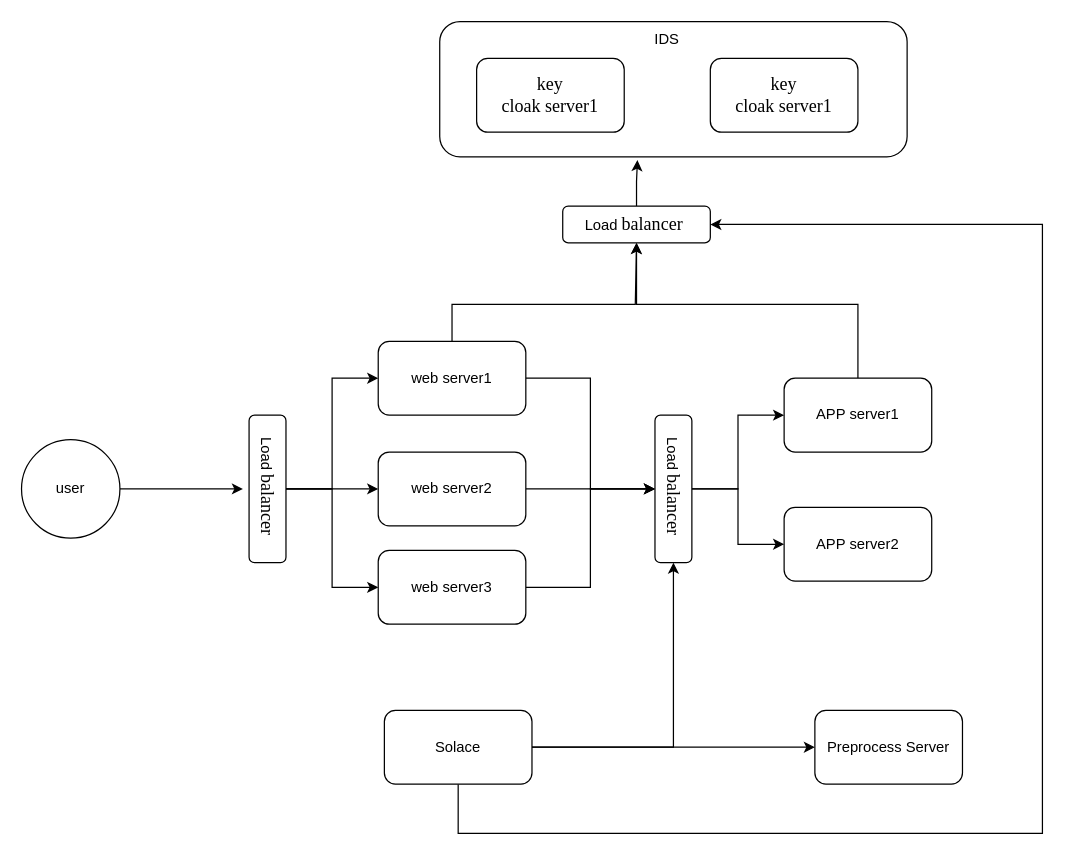
Earlier version of the draw.io diagram page "System Arth" (3 of 3) of design-uml/src/main/Untitled Diagram.drawio (alvin-zj/MyUml). Source tidied: cells renumbered, new cells numbered last; positions are measured from the earlier drawing's top-left corner, leaving out a move shared by most shapes. Both pictures are drawn from the tidied source at 123%, with x=0, y=0 at pixel (21, 21).
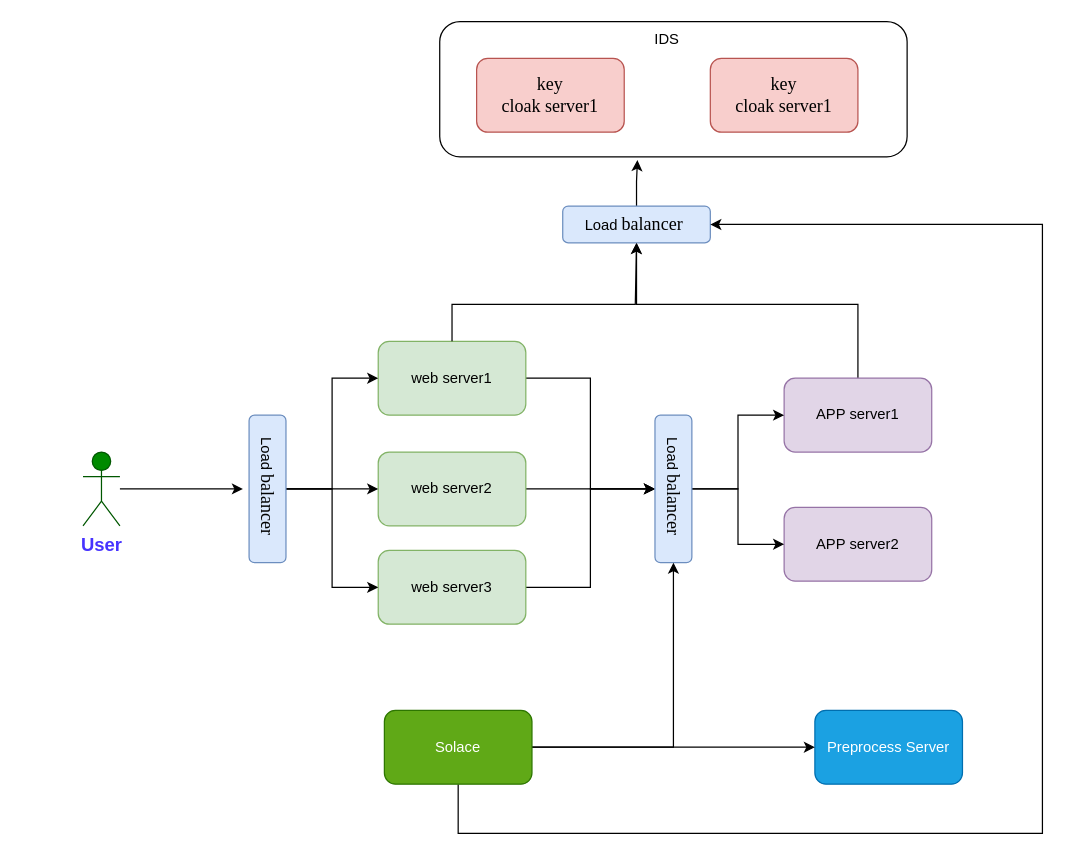
The same page after the edit.

The edit, as a diff of the source:
```diff
@@
-    <mxCell id="4" value="web server1" style="rounded=1;whiteSpace=wrap;html=1;" parent="1" vertex="1">
+    <mxCell id="4" value="web server1" style="rounded=1;whiteSpace=wrap;html=1;fillColor=#d5e8d4;strokeColor=#82b366;" parent="1" vertex="1">
       <mxGeometry x="290" y="260" width="120" height="60" as="geometry" />
     </mxCell>
@@
-    <mxCell id="6" value="APP server1" style="rounded=1;whiteSpace=wrap;html=1;" parent="1" vertex="1">
+    <mxCell id="6" value="APP server1" style="rounded=1;whiteSpace=wrap;html=1;fillColor=#e1d5e7;strokeColor=#9673a6;" parent="1" vertex="1">
       <mxGeometry x="620" y="290" width="120" height="60" as="geometry" />
     </mxCell>
@@
-    <mxCell id="8" value="web server2" style="rounded=1;whiteSpace=wrap;html=1;" parent="1" vertex="1">
+    <mxCell id="8" value="web server2" style="rounded=1;whiteSpace=wrap;html=1;fillColor=#d5e8d4;strokeColor=#82b366;" parent="1" vertex="1">
       <mxGeometry x="290" y="350" width="120" height="60" as="geometry" />
     </mxCell>
@@
-    <mxCell id="10" value="web server3" style="rounded=1;whiteSpace=wrap;html=1;" parent="1" vertex="1">
+    <mxCell id="10" value="web server3" style="rounded=1;whiteSpace=wrap;html=1;fillColor=#d5e8d4;strokeColor=#82b366;" parent="1" vertex="1">
       <mxGeometry x="290" y="430" width="120" height="60" as="geometry" />
     </mxCell>
-    <mxCell id="11" value="&lt;span lang=&quot;EN-US&quot; style=&quot;font-size:11.0pt;line-height:&amp;lt;br/&amp;gt;107%;font-family:&amp;quot;Times New Roman&amp;quot;,serif;mso-fareast-font-family:等线;mso-fareast-theme-font:&amp;lt;br/&amp;gt;minor-fareast;mso-bidi-font-family:Arial;mso-bidi-theme-font:minor-bidi;&amp;lt;br/&amp;gt;mso-ansi-language:EN-US;mso-fareast-language:ZH-CN;mso-bidi-language:AR-SA&quot;&gt;key&lt;br&gt;cloak server1&lt;/span&gt;" style="rounded=1;whiteSpace=wrap;html=1;" parent="1" vertex="1">
+    <mxCell id="11" value="&lt;span lang=&quot;EN-US&quot; style=&quot;font-size:11.0pt;line-height:&amp;lt;br/&amp;gt;107%;font-family:&amp;quot;Times New Roman&amp;quot;,serif;mso-fareast-font-family:等线;mso-fareast-theme-font:&amp;lt;br/&amp;gt;minor-fareast;mso-bidi-font-family:Arial;mso-bidi-theme-font:minor-bidi;&amp;lt;br/&amp;gt;mso-ansi-language:EN-US;mso-fareast-language:ZH-CN;mso-bidi-language:AR-SA&quot;&gt;key&lt;br&gt;cloak server1&lt;/span&gt;" style="rounded=1;whiteSpace=wrap;html=1;fillColor=#f8cecc;strokeColor=#b85450;" parent="1" vertex="1">
       <mxGeometry x="370" y="30" width="120" height="60" as="geometry" />
     </mxCell>
-    <mxCell id="12" value="&lt;span lang=&quot;EN-US&quot; style=&quot;font-size:11.0pt;line-height:&amp;lt;br/&amp;gt;107%;font-family:&amp;quot;Times New Roman&amp;quot;,serif;mso-fareast-font-family:等线;mso-fareast-theme-font:&amp;lt;br/&amp;gt;minor-fareast;mso-bidi-font-family:Arial;mso-bidi-theme-font:minor-bidi;&amp;lt;br/&amp;gt;mso-ansi-language:EN-US;mso-fareast-language:ZH-CN;mso-bidi-language:AR-SA&quot;&gt;key&lt;br&gt;cloak server1&lt;/span&gt;" style="rounded=1;whiteSpace=wrap;html=1;" parent="1" vertex="1">
+    <mxCell id="12" value="&lt;span lang=&quot;EN-US&quot; style=&quot;font-size:11.0pt;line-height:&amp;lt;br/&amp;gt;107%;font-family:&amp;quot;Times New Roman&amp;quot;,serif;mso-fareast-font-family:等线;mso-fareast-theme-font:&amp;lt;br/&amp;gt;minor-fareast;mso-bidi-font-family:Arial;mso-bidi-theme-font:minor-bidi;&amp;lt;br/&amp;gt;mso-ansi-language:EN-US;mso-fareast-language:ZH-CN;mso-bidi-language:AR-SA&quot;&gt;key&lt;br&gt;cloak server1&lt;/span&gt;" style="rounded=1;whiteSpace=wrap;html=1;fillColor=#f8cecc;strokeColor=#b85450;" parent="1" vertex="1">
       <mxGeometry x="560" y="30" width="120" height="60" as="geometry" />
     </mxCell>
-    <mxCell id="13" value="APP server2" style="rounded=1;whiteSpace=wrap;html=1;" parent="1" vertex="1">
+    <mxCell id="13" value="APP server2" style="rounded=1;whiteSpace=wrap;html=1;fillColor=#e1d5e7;strokeColor=#9673a6;" parent="1" vertex="1">
       <mxGeometry x="620" y="395" width="120" height="60" as="geometry" />
     </mxCell>
@@
-    <mxCell id="15" value="Load&amp;nbsp;&lt;span lang=&quot;EN-US&quot; style=&quot;font-size:11.0pt;line-height:&lt;br/&gt;107%;font-family:&amp;quot;Times New Roman&amp;quot;,serif;mso-fareast-font-family:等线;mso-fareast-theme-font:&lt;br/&gt;minor-fareast;mso-bidi-font-family:Arial;mso-bidi-theme-font:minor-bidi;&lt;br/&gt;mso-ansi-language:EN-US;mso-fareast-language:ZH-CN;mso-bidi-language:AR-SA&quot;&gt;balancer&amp;nbsp;&lt;/span&gt;" style="rounded=1;whiteSpace=wrap;html=1;" parent="1" vertex="1">
+    <mxCell id="15" value="Load&amp;nbsp;&lt;span lang=&quot;EN-US&quot; style=&quot;font-size:11.0pt;line-height:&lt;br/&gt;107%;font-family:&amp;quot;Times New Roman&amp;quot;,serif;mso-fareast-font-family:等线;mso-fareast-theme-font:&lt;br/&gt;minor-fareast;mso-bidi-font-family:Arial;mso-bidi-theme-font:minor-bidi;&lt;br/&gt;mso-ansi-language:EN-US;mso-fareast-language:ZH-CN;mso-bidi-language:AR-SA&quot;&gt;balancer&amp;nbsp;&lt;/span&gt;" style="rounded=1;whiteSpace=wrap;html=1;fillColor=#dae8fc;strokeColor=#6c8ebf;" parent="1" vertex="1">
       <mxGeometry x="440" y="150" width="120" height="30" as="geometry" />
     </mxCell>
@@
-    <mxCell id="20" value="Load&amp;nbsp;&lt;span lang=&quot;EN-US&quot; style=&quot;font-size:11.0pt;line-height:&lt;br/&gt;107%;font-family:&amp;quot;Times New Roman&amp;quot;,serif;mso-fareast-font-family:等线;mso-fareast-theme-font:&lt;br/&gt;minor-fareast;mso-bidi-font-family:Arial;mso-bidi-theme-font:minor-bidi;&lt;br/&gt;mso-ansi-language:EN-US;mso-fareast-language:ZH-CN;mso-bidi-language:AR-SA&quot;&gt;balancer&amp;nbsp;&lt;/span&gt;" style="rounded=1;whiteSpace=wrap;html=1;rotation=90;" parent="1" vertex="1">
+    <mxCell id="20" value="Load&amp;nbsp;&lt;span lang=&quot;EN-US&quot; style=&quot;font-size:11.0pt;line-height:&lt;br/&gt;107%;font-family:&amp;quot;Times New Roman&amp;quot;,serif;mso-fareast-font-family:等线;mso-fareast-theme-font:&lt;br/&gt;minor-fareast;mso-bidi-font-family:Arial;mso-bidi-theme-font:minor-bidi;&lt;br/&gt;mso-ansi-language:EN-US;mso-fareast-language:ZH-CN;mso-bidi-language:AR-SA&quot;&gt;balancer&amp;nbsp;&lt;/span&gt;" style="rounded=1;whiteSpace=wrap;html=1;rotation=90;fillColor=#dae8fc;strokeColor=#6c8ebf;" parent="1" vertex="1">
       <mxGeometry x="140" y="365" width="120" height="30" as="geometry" />
     </mxCell>
@@
-    <mxCell id="23" value="Load&amp;nbsp;&lt;span lang=&quot;EN-US&quot; style=&quot;font-size:11.0pt;line-height:&lt;br/&gt;107%;font-family:&amp;quot;Times New Roman&amp;quot;,serif;mso-fareast-font-family:等线;mso-fareast-theme-font:&lt;br/&gt;minor-fareast;mso-bidi-font-family:Arial;mso-bidi-theme-font:minor-bidi;&lt;br/&gt;mso-ansi-language:EN-US;mso-fareast-language:ZH-CN;mso-bidi-language:AR-SA&quot;&gt;balancer&amp;nbsp;&lt;/span&gt;" style="rounded=1;whiteSpace=wrap;html=1;rotation=90;" parent="1" vertex="1">
+    <mxCell id="23" value="Load&amp;nbsp;&lt;span lang=&quot;EN-US&quot; style=&quot;font-size:11.0pt;line-height:&lt;br/&gt;107%;font-family:&amp;quot;Times New Roman&amp;quot;,serif;mso-fareast-font-family:等线;mso-fareast-theme-font:&lt;br/&gt;minor-fareast;mso-bidi-font-family:Arial;mso-bidi-theme-font:minor-bidi;&lt;br/&gt;mso-ansi-language:EN-US;mso-fareast-language:ZH-CN;mso-bidi-language:AR-SA&quot;&gt;balancer&amp;nbsp;&lt;/span&gt;" style="rounded=1;whiteSpace=wrap;html=1;rotation=90;fillColor=#dae8fc;strokeColor=#6c8ebf;" parent="1" vertex="1">
       <mxGeometry x="470" y="365" width="120" height="30" as="geometry" />
     </mxCell>
-    <mxCell id="24" style="edgeStyle=orthogonalEdgeStyle;rounded=0;jettySize=auto;html=1;" parent="1" edge="1" source="25">
+    <mxCell id="24" style="edgeStyle=orthogonalEdgeStyle;rounded=0;orthogonalLoop=1;jettySize=auto;html=1;" parent="1" edge="1">
       <mxGeometry relative="1" as="geometry">
+        <mxPoint x="80" y="380" as="sourcePoint" />
         <mxPoint x="180" y="380" as="targetPoint" />
       </mxGeometry>
     </mxCell>
-    <mxCell id="25" value="user" style="ellipse;whiteSpace=wrap;html=1;" parent="1" vertex="1">
-      <mxGeometry y="340" width="80" height="80" as="geometry" />
-    </mxCell>
@@
-    <mxCell id="27" value="Preprocess Server" style="rounded=1;whiteSpace=wrap;html=1;" parent="1" vertex="1">
+    <mxCell id="27" value="Preprocess Server" style="rounded=1;whiteSpace=wrap;html=1;fillColor=#1ba1e2;fontColor=#ffffff;strokeColor=#006EAF;" parent="1" vertex="1">
       <mxGeometry x="645" y="560" width="120" height="60" as="geometry" />
     </mxCell>
@@
-    <mxCell id="31" value="Solace" style="rounded=1;whiteSpace=wrap;html=1;" parent="1" vertex="1">
+    <mxCell id="31" value="Solace" style="rounded=1;whiteSpace=wrap;html=1;fillColor=#60a917;fontColor=#ffffff;strokeColor=#2D7600;" parent="1" vertex="1">
       <mxGeometry x="295" y="560" width="120" height="60" as="geometry" />
     </mxCell>
+    <mxCell id="32" value="&lt;font style=&quot;font-size: 15px; color: rgb(71, 51, 255);&quot;&gt;&lt;b&gt;User&lt;/b&gt;&lt;/font&gt;" style="shape=umlActor;verticalLabelPosition=bottom;verticalAlign=top;html=1;fillColor=#008a00;fontColor=#ffffff;strokeColor=#005700;" parent="1" vertex="1">
+      <mxGeometry x="50" y="350" width="30" height="60" as="geometry" />
+    </mxCell>
```
